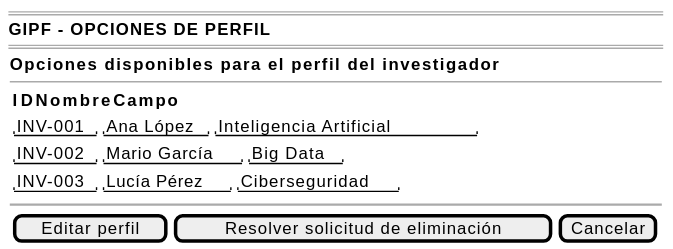
Before: documentación/CasosDeUso/Imagenes/prototipos/coordinador/05-perfil/abrirOpcionesPerfil-wireframe.svg, a diagram exported from PlantUML (31Diego/25-26-IdSw1-SdR).
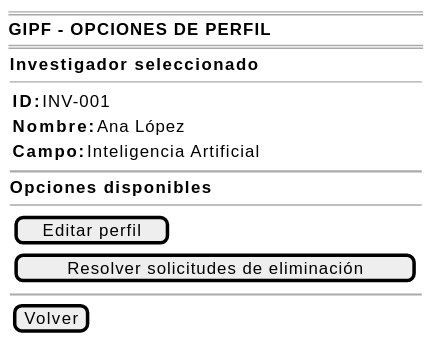
Above is the later version.

What changed in the source:
```diff
@@ -4,18 +4,26 @@
     <b>GIPF - OPCIONES DE PERFIL</b>
     ====
     {
-        <b>Opciones disponibles para el perfil del investigador</b>
+        <b>Investigador seleccionado</b>
         --
         {
-            {<b>ID</b> | <b>Nombre</b> | <b>Campo</b>}
-            {"INV-001" | "Ana López"   | "Inteligencia Artificial"}
-            {"INV-002" | "Mario García"| "Big Data"}
-            {"INV-003" | "Lucía Pérez" | "Ciberseguridad"}
+            {<b>ID:</b>     | INV-001}
+            {<b>Nombre:</b> | Ana López}
+            {<b>Campo:</b>  | Inteligencia Artificial}
         }
 
         ~~
 
-        {[Editar perfil] | [Resolver solicitud de eliminación] | [Cancelar]}
+        <b>Opciones disponibles</b>
+        --
+        {
+            {[Editar perfil]}
+            {[Resolver solicitudes de eliminación]}
+        }
+
+        ~~
+
+        {[Volver]}
     }
 }
 @endsalt
```
